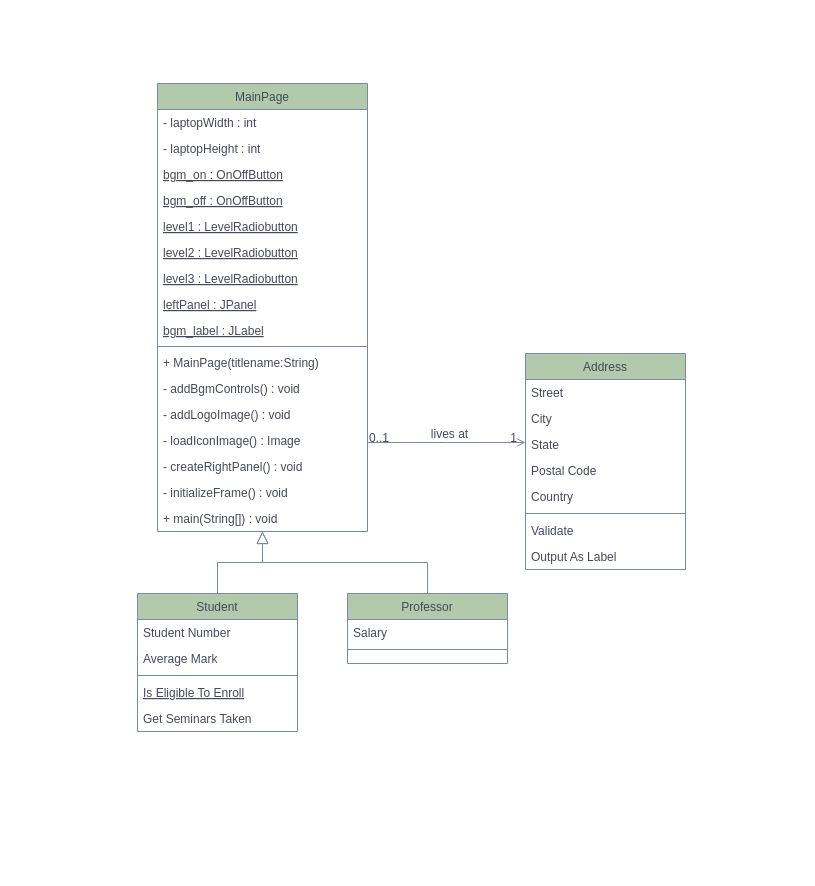
Before: 제목 없는 다이어그램.drawio in hojeong26/sw_system, a draw.io diagram. Source tidied: cells renumbered, new cells numbered last; positions are measured from the earlier drawing's top-left corner, leaving out a move shared by most shapes. Both pictures are drawn from the tidied source at 100%, with x=0, y=0 at pixel (137, 83).
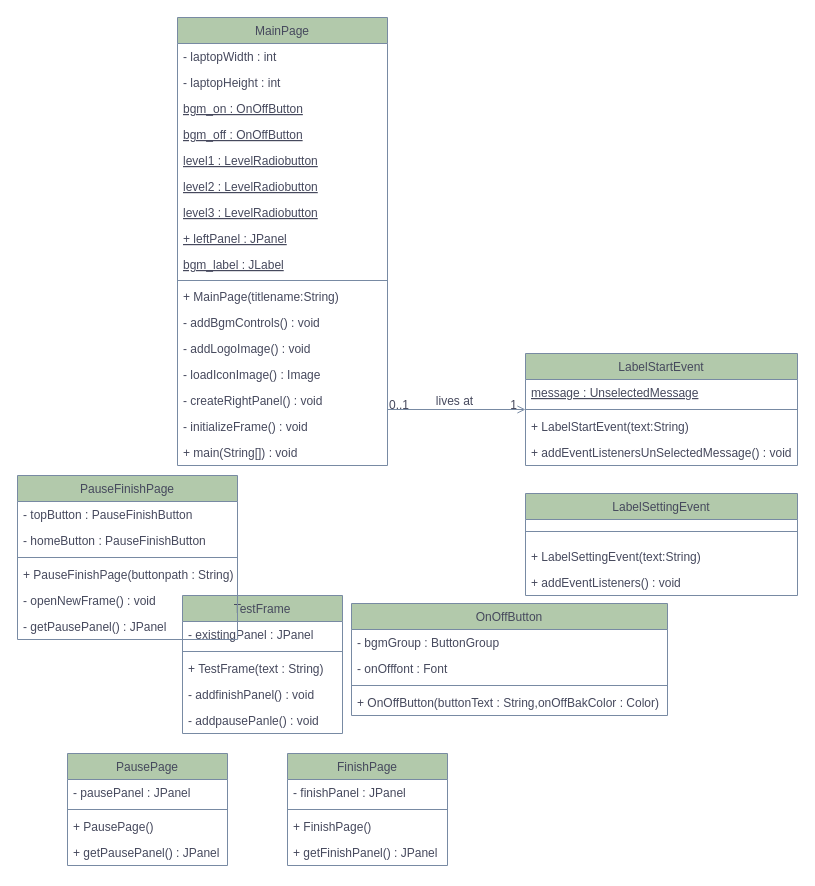
The same page after the edit.

The edit, as a diff of the source:
```diff
@@
     <mxCell id="2" value="MainPage" style="swimlane;fontStyle=0;align=center;verticalAlign=top;horizontal=1;startSize=26;rounded=0;shadow=0;strokeWidth=1;labelBackgroundColor=none;fillColor=#B2C9AB;strokeColor=#788AA3;fontColor=#46495D;" parent="1" vertex="1">
-      <mxGeometry x="20" width="210" height="448" as="geometry" />
+      <mxGeometry x="40" y="-66" width="210" height="448" as="geometry" />
     </mxCell>
@@
-    <mxCell id="10" value="leftPanel : JPanel" style="text;align=left;verticalAlign=top;spacingLeft=4;spacingRight=4;overflow=hidden;labelBackgroundColor=none;fontColor=#46495D;fontStyle=4;" parent="2" vertex="1">
+    <mxCell id="10" value="+ leftPanel : JPanel" style="text;align=left;verticalAlign=top;spacingLeft=4;spacingRight=4;overflow=hidden;labelBackgroundColor=none;fontColor=#46495D;fontStyle=4;" parent="2" vertex="1">
       <mxGeometry y="208" width="210" height="26" as="geometry" />
     </mxCell>
@@
-    <mxCell id="20" value="Student" style="swimlane;fontStyle=0;align=center;verticalAlign=top;horizontal=1;startSize=26;rounded=0;shadow=0;strokeWidth=1;labelBackgroundColor=none;fillColor=#B2C9AB;strokeColor=#788AA3;fontColor=#46495D;" parent="1" vertex="1">
-      <mxGeometry y="510" width="160" height="138" as="geometry" />
+    <mxCell id="20" value="TestFrame" style="swimlane;fontStyle=0;align=center;verticalAlign=top;horizontal=1;startSize=26;rounded=0;shadow=0;strokeWidth=1;labelBackgroundColor=none;fillColor=#B2C9AB;strokeColor=#788AA3;fontColor=#46495D;" parent="1" vertex="1">
+      <mxGeometry x="45" y="512" width="160" height="138" as="geometry" />
     </mxCell>
-    <mxCell id="21" value="Student Number" style="text;align=left;verticalAlign=top;spacingLeft=4;spacingRight=4;overflow=hidden;labelBackgroundColor=none;fontColor=#46495D;" parent="20" vertex="1">
+    <mxCell id="21" value="- existingPanel : JPanel" style="text;align=left;verticalAlign=top;spacingLeft=4;spacingRight=4;overflow=hidden;labelBackgroundColor=none;fontColor=#46495D;" parent="20" vertex="1">
       <mxGeometry y="26" width="160" height="26" as="geometry" />
     </mxCell>
+    <mxCell id="23" style="line;html=1;strokeWidth=1;align=left;verticalAlign=middle;spacingTop=-1;spacingLeft=3;spacingRight=3;labelPosition=right;labelBackgroundColor=none;fillColor=#B2C9AB;strokeColor=#788AA3;fontColor=#46495D;" parent="20" vertex="1">
+      <mxGeometry y="52" width="160" height="8" as="geometry" />
+    </mxCell>
-    <mxCell id="22" value="Average Mark" style="text;align=left;verticalAlign=top;spacingLeft=4;spacingRight=4;overflow=hidden;rounded=0;shadow=0;html=0;labelBackgroundColor=none;fontColor=#46495D;" parent="20" vertex="1">
-      <mxGeometry y="52" width="160" height="26" as="geometry" />
+    <mxCell id="22" value="+ TestFrame(text : String)" style="text;align=left;verticalAlign=top;spacingLeft=4;spacingRight=4;overflow=hidden;rounded=0;shadow=0;html=0;labelBackgroundColor=none;fontColor=#46495D;" parent="20" vertex="1">
+      <mxGeometry y="60" width="160" height="26" as="geometry" />
     </mxCell>
-    <mxCell id="23" style="line;html=1;strokeWidth=1;align=left;verticalAlign=middle;spacingTop=-1;spacingLeft=3;spacingRight=3;labelPosition=right;labelBackgroundColor=none;fillColor=#B2C9AB;strokeColor=#788AA3;fontColor=#46495D;" parent="20" vertex="1">
-      <mxGeometry y="78" width="160" height="8" as="geometry" />
-    </mxCell>
-    <mxCell id="24" value="Is Eligible To Enroll" style="text;align=left;verticalAlign=top;spacingLeft=4;spacingRight=4;overflow=hidden;fontStyle=4;labelBackgroundColor=none;fontColor=#46495D;" parent="20" vertex="1">
+    <mxCell id="24" value="- addfinishPanel() : void" style="text;align=left;verticalAlign=top;spacingLeft=4;spacingRight=4;overflow=hidden;fontStyle=0;labelBackgroundColor=none;fontColor=#46495D;" parent="20" vertex="1">
       <mxGeometry y="86" width="160" height="26" as="geometry" />
     </mxCell>
-    <mxCell id="25" value="Get Seminars Taken" style="text;align=left;verticalAlign=top;spacingLeft=4;spacingRight=4;overflow=hidden;labelBackgroundColor=none;fontColor=#46495D;" parent="20" vertex="1">
+    <mxCell id="25" value="- addpausePanle() : void" style="text;align=left;verticalAlign=top;spacingLeft=4;spacingRight=4;overflow=hidden;labelBackgroundColor=none;fontColor=#46495D;" parent="20" vertex="1">
       <mxGeometry y="112" width="160" height="26" as="geometry" />
     </mxCell>
-    <mxCell id="26" style="endArrow=block;endSize=10;endFill=0;shadow=0;strokeWidth=1;rounded=0;edgeStyle=elbowEdgeStyle;elbow=vertical;labelBackgroundColor=none;strokeColor=#788AA3;fontColor=default;" parent="1" edge="1" source="20" target="2">
-      <mxGeometry relative="1" as="geometry" />
-    </mxCell>
-    <mxCell id="27" value="Professor" style="swimlane;fontStyle=0;align=center;verticalAlign=top;horizontal=1;startSize=26;rounded=0;shadow=0;strokeWidth=1;labelBackgroundColor=none;fillColor=#B2C9AB;strokeColor=#788AA3;fontColor=#46495D;" parent="1" vertex="1">
-      <mxGeometry x="210" y="510" width="160" height="70" as="geometry" />
+    <mxCell id="27" value="OnOffButton" style="swimlane;fontStyle=0;align=center;verticalAlign=top;horizontal=1;startSize=26;rounded=0;shadow=0;strokeWidth=1;labelBackgroundColor=none;fillColor=#B2C9AB;strokeColor=#788AA3;fontColor=#46495D;" parent="1" vertex="1">
+      <mxGeometry x="214" y="520" width="316" height="112" as="geometry" />
     </mxCell>
-    <mxCell id="28" value="Salary" style="text;align=left;verticalAlign=top;spacingLeft=4;spacingRight=4;overflow=hidden;labelBackgroundColor=none;fontColor=#46495D;" parent="27" vertex="1">
-      <mxGeometry y="26" width="160" height="26" as="geometry" />
+    <mxCell id="28" value="- bgmGroup : ButtonGroup" style="text;align=left;verticalAlign=top;spacingLeft=4;spacingRight=4;overflow=hidden;labelBackgroundColor=none;fontColor=#46495D;" parent="27" vertex="1">
+      <mxGeometry y="26" width="316" height="26" as="geometry" />
     </mxCell>
+    <mxCell id="44" value="- onOfffont : Font" style="text;align=left;verticalAlign=top;spacingLeft=4;spacingRight=4;overflow=hidden;labelBackgroundColor=none;fontColor=#46495D;" parent="27" vertex="1">
+      <mxGeometry y="52" width="316" height="26" as="geometry" />
+    </mxCell>
     <mxCell id="29" style="line;html=1;strokeWidth=1;align=left;verticalAlign=middle;spacingTop=-1;spacingLeft=3;spacingRight=3;labelPosition=right;labelBackgroundColor=none;fillColor=#B2C9AB;strokeColor=#788AA3;fontColor=#46495D;" parent="27" vertex="1">
-      <mxGeometry y="52" width="160" height="8" as="geometry" />
+      <mxGeometry y="78" width="316" height="8" as="geometry" />
     </mxCell>
-    <mxCell id="30" style="endArrow=block;endSize=10;endFill=0;shadow=0;strokeWidth=1;rounded=0;edgeStyle=elbowEdgeStyle;elbow=vertical;labelBackgroundColor=none;strokeColor=#788AA3;fontColor=default;" parent="1" edge="1" source="27" target="2">
-      <mxGeometry relative="1" as="geometry" />
-    </mxCell>
+    <mxCell id="45" value="+ OnOffButton(buttonText : String,onOffBakColor : Color)" style="text;align=left;verticalAlign=top;spacingLeft=4;spacingRight=4;overflow=hidden;labelBackgroundColor=none;fontColor=#46495D;" parent="27" vertex="1">
+      <mxGeometry y="86" width="316" height="26" as="geometry" />
+    </mxCell>
-    <mxCell id="31" value="Address" style="swimlane;fontStyle=0;align=center;verticalAlign=top;horizontal=1;startSize=26;rounded=0;shadow=0;strokeWidth=1;labelBackgroundColor=none;fillColor=#B2C9AB;strokeColor=#788AA3;fontColor=#46495D;" parent="1" vertex="1">
-      <mxGeometry x="388" y="270" width="160" height="216" as="geometry" />
+    <mxCell id="31" value="LabelStartEvent" style="swimlane;fontStyle=0;align=center;verticalAlign=top;horizontal=1;startSize=26;rounded=0;shadow=0;strokeWidth=1;labelBackgroundColor=none;fillColor=#B2C9AB;strokeColor=#788AA3;fontColor=#46495D;" parent="1" vertex="1">
+      <mxGeometry x="388" y="270" width="272" height="112" as="geometry" />
     </mxCell>
-    <mxCell id="32" value="Street" style="text;align=left;verticalAlign=top;spacingLeft=4;spacingRight=4;overflow=hidden;labelBackgroundColor=none;fontColor=#46495D;" parent="31" vertex="1">
-      <mxGeometry y="26" width="160" height="26" as="geometry" />
+    <mxCell id="32" value="message : UnselectedMessage" style="text;align=left;verticalAlign=top;spacingLeft=4;spacingRight=4;overflow=hidden;labelBackgroundColor=none;fontColor=#46495D;fontStyle=4;" parent="31" vertex="1">
+      <mxGeometry y="26" width="272" height="26" as="geometry" />
     </mxCell>
-    <mxCell id="33" value="City" style="text;align=left;verticalAlign=top;spacingLeft=4;spacingRight=4;overflow=hidden;rounded=0;shadow=0;html=0;labelBackgroundColor=none;fontColor=#46495D;" parent="31" vertex="1">
-      <mxGeometry y="52" width="160" height="26" as="geometry" />
-    </mxCell>
-    <mxCell id="34" value="State" style="text;align=left;verticalAlign=top;spacingLeft=4;spacingRight=4;overflow=hidden;rounded=0;shadow=0;html=0;labelBackgroundColor=none;fontColor=#46495D;" parent="31" vertex="1">
-      <mxGeometry y="78" width="160" height="26" as="geometry" />
-    </mxCell>
-    <mxCell id="35" value="Postal Code" style="text;align=left;verticalAlign=top;spacingLeft=4;spacingRight=4;overflow=hidden;rounded=0;shadow=0;html=0;labelBackgroundColor=none;fontColor=#46495D;" parent="31" vertex="1">
-      <mxGeometry y="104" width="160" height="26" as="geometry" />
-    </mxCell>
-    <mxCell id="36" value="Country" style="text;align=left;verticalAlign=top;spacingLeft=4;spacingRight=4;overflow=hidden;rounded=0;shadow=0;html=0;labelBackgroundColor=none;fontColor=#46495D;" parent="31" vertex="1">
-      <mxGeometry y="130" width="160" height="26" as="geometry" />
-    </mxCell>
     <mxCell id="37" style="line;html=1;strokeWidth=1;align=left;verticalAlign=middle;spacingTop=-1;spacingLeft=3;spacingRight=3;labelPosition=right;labelBackgroundColor=none;fillColor=#B2C9AB;strokeColor=#788AA3;fontColor=#46495D;" parent="31" vertex="1">
-      <mxGeometry y="156" width="160" height="8" as="geometry" />
+      <mxGeometry y="52" width="272" height="8" as="geometry" />
     </mxCell>
-    <mxCell id="38" value="Validate" style="text;align=left;verticalAlign=top;spacingLeft=4;spacingRight=4;overflow=hidden;labelBackgroundColor=none;fontColor=#46495D;" parent="31" vertex="1">
-      <mxGeometry y="164" width="160" height="26" as="geometry" />
+    <mxCell id="38" value="+ LabelStartEvent(text:String)" style="text;align=left;verticalAlign=top;spacingLeft=4;spacingRight=4;overflow=hidden;labelBackgroundColor=none;fontColor=#46495D;" parent="31" vertex="1">
+      <mxGeometry y="60" width="272" height="26" as="geometry" />
     </mxCell>
-    <mxCell id="39" value="Output As Label" style="text;align=left;verticalAlign=top;spacingLeft=4;spacingRight=4;overflow=hidden;labelBackgroundColor=none;fontColor=#46495D;" parent="31" vertex="1">
-      <mxGeometry y="190" width="160" height="26" as="geometry" />
+    <mxCell id="39" value="+ addEventListenersUnSelectedMessage() : void" style="text;align=left;verticalAlign=top;spacingLeft=4;spacingRight=4;overflow=hidden;labelBackgroundColor=none;fontColor=#46495D;" parent="31" vertex="1">
+      <mxGeometry y="86" width="272" height="26" as="geometry" />
     </mxCell>
@@
+    <mxCell id="46" value="LabelSettingEvent" style="swimlane;fontStyle=0;align=center;verticalAlign=top;horizontal=1;startSize=26;rounded=0;shadow=0;strokeWidth=1;labelBackgroundColor=none;fillColor=#B2C9AB;strokeColor=#788AA3;fontColor=#46495D;" parent="1" vertex="1">
+      <mxGeometry x="388" y="410" width="272" height="102" as="geometry" />
+    </mxCell>
+    <mxCell id="47" style="line;html=1;strokeWidth=1;align=left;verticalAlign=middle;spacingTop=-1;spacingLeft=3;spacingRight=3;labelPosition=right;labelBackgroundColor=none;fillColor=#B2C9AB;strokeColor=#788AA3;fontColor=#46495D;" parent="46" vertex="1">
+      <mxGeometry y="26" width="272" height="24" as="geometry" />
+    </mxCell>
+    <mxCell id="48" value="+ LabelSettingEvent(text:String)" style="text;align=left;verticalAlign=top;spacingLeft=4;spacingRight=4;overflow=hidden;labelBackgroundColor=none;fontColor=#46495D;" parent="46" vertex="1">
+      <mxGeometry y="50" width="272" height="26" as="geometry" />
+    </mxCell>
+    <mxCell id="49" value="+ addEventListeners() : void" style="text;align=left;verticalAlign=top;spacingLeft=4;spacingRight=4;overflow=hidden;labelBackgroundColor=none;fontColor=#46495D;" parent="46" vertex="1">
+      <mxGeometry y="76" width="272" height="26" as="geometry" />
+    </mxCell>
+    <mxCell id="50" value="FinishPage" style="swimlane;fontStyle=0;align=center;verticalAlign=top;horizontal=1;startSize=26;rounded=0;shadow=0;strokeWidth=1;labelBackgroundColor=none;fillColor=#B2C9AB;strokeColor=#788AA3;fontColor=#46495D;" parent="1" vertex="1">
+      <mxGeometry x="150" y="670" width="160" height="112" as="geometry" />
+    </mxCell>
+    <mxCell id="51" value="- finishPanel : JPanel" style="text;align=left;verticalAlign=top;spacingLeft=4;spacingRight=4;overflow=hidden;labelBackgroundColor=none;fontColor=#46495D;" parent="50" vertex="1">
+      <mxGeometry y="26" width="160" height="26" as="geometry" />
+    </mxCell>
+    <mxCell id="52" style="line;html=1;strokeWidth=1;align=left;verticalAlign=middle;spacingTop=-1;spacingLeft=3;spacingRight=3;labelPosition=right;labelBackgroundColor=none;fillColor=#B2C9AB;strokeColor=#788AA3;fontColor=#46495D;" parent="50" vertex="1">
+      <mxGeometry y="52" width="160" height="8" as="geometry" />
+    </mxCell>
+    <mxCell id="53" value="+ FinishPage()" style="text;align=left;verticalAlign=top;spacingLeft=4;spacingRight=4;overflow=hidden;rounded=0;shadow=0;html=0;labelBackgroundColor=none;fontColor=#46495D;" parent="50" vertex="1">
+      <mxGeometry y="60" width="160" height="26" as="geometry" />
+    </mxCell>
+    <mxCell id="54" value="+ getFinishPanel() : JPanel" style="text;align=left;verticalAlign=top;spacingLeft=4;spacingRight=4;overflow=hidden;fontStyle=0;labelBackgroundColor=none;fontColor=#46495D;" parent="50" vertex="1">
+      <mxGeometry y="86" width="160" height="26" as="geometry" />
+    </mxCell>
+    <mxCell id="55" value="PausePage" style="swimlane;fontStyle=0;align=center;verticalAlign=top;horizontal=1;startSize=26;rounded=0;shadow=0;strokeWidth=1;labelBackgroundColor=none;fillColor=#B2C9AB;strokeColor=#788AA3;fontColor=#46495D;" parent="1" vertex="1">
+      <mxGeometry x="-70" y="670" width="160" height="112" as="geometry" />
+    </mxCell>
+    <mxCell id="56" value="- pausePanel : JPanel" style="text;align=left;verticalAlign=top;spacingLeft=4;spacingRight=4;overflow=hidden;labelBackgroundColor=none;fontColor=#46495D;" parent="55" vertex="1">
+      <mxGeometry y="26" width="160" height="26" as="geometry" />
+    </mxCell>
+    <mxCell id="57" style="line;html=1;strokeWidth=1;align=left;verticalAlign=middle;spacingTop=-1;spacingLeft=3;spacingRight=3;labelPosition=right;labelBackgroundColor=none;fillColor=#B2C9AB;strokeColor=#788AA3;fontColor=#46495D;" parent="55" vertex="1">
+      <mxGeometry y="52" width="160" height="8" as="geometry" />
+    </mxCell>
+    <mxCell id="58" value="+ PausePage()" style="text;align=left;verticalAlign=top;spacingLeft=4;spacingRight=4;overflow=hidden;rounded=0;shadow=0;html=0;labelBackgroundColor=none;fontColor=#46495D;" parent="55" vertex="1">
+      <mxGeometry y="60" width="160" height="26" as="geometry" />
+    </mxCell>
+    <mxCell id="59" value="+ getPausePanel() : JPanel" style="text;align=left;verticalAlign=top;spacingLeft=4;spacingRight=4;overflow=hidden;fontStyle=0;labelBackgroundColor=none;fontColor=#46495D;" parent="55" vertex="1">
+      <mxGeometry y="86" width="160" height="26" as="geometry" />
+    </mxCell>
+    <mxCell id="60" value="PauseFinishPage" style="swimlane;fontStyle=0;align=center;verticalAlign=top;horizontal=1;startSize=26;rounded=0;shadow=0;strokeWidth=1;labelBackgroundColor=none;fillColor=#B2C9AB;strokeColor=#788AA3;fontColor=#46495D;" parent="1" vertex="1">
+      <mxGeometry x="-120" y="392" width="220" height="164" as="geometry" />
+    </mxCell>
+    <mxCell id="61" value="- topButton : PauseFinishButton" style="text;align=left;verticalAlign=top;spacingLeft=4;spacingRight=4;overflow=hidden;labelBackgroundColor=none;fontColor=#46495D;" parent="60" vertex="1">
+      <mxGeometry y="26" width="220" height="26" as="geometry" />
+    </mxCell>
+    <mxCell id="62" value="- homeButton : PauseFinishButton" style="text;align=left;verticalAlign=top;spacingLeft=4;spacingRight=4;overflow=hidden;labelBackgroundColor=none;fontColor=#46495D;" parent="60" vertex="1">
+      <mxGeometry y="52" width="220" height="26" as="geometry" />
+    </mxCell>
+    <mxCell id="63" style="line;html=1;strokeWidth=1;align=left;verticalAlign=middle;spacingTop=-1;spacingLeft=3;spacingRight=3;labelPosition=right;labelBackgroundColor=none;fillColor=#B2C9AB;strokeColor=#788AA3;fontColor=#46495D;" parent="60" vertex="1">
+      <mxGeometry y="78" width="220" height="8" as="geometry" />
+    </mxCell>
+    <mxCell id="64" value="+ PauseFinishPage(buttonpath : String)" style="text;align=left;verticalAlign=top;spacingLeft=4;spacingRight=4;overflow=hidden;rounded=0;shadow=0;html=0;labelBackgroundColor=none;fontColor=#46495D;" parent="60" vertex="1">
+      <mxGeometry y="86" width="220" height="26" as="geometry" />
+    </mxCell>
+    <mxCell id="65" value="- openNewFrame() : void" style="text;align=left;verticalAlign=top;spacingLeft=4;spacingRight=4;overflow=hidden;fontStyle=0;labelBackgroundColor=none;fontColor=#46495D;" parent="60" vertex="1">
+      <mxGeometry y="112" width="220" height="26" as="geometry" />
+    </mxCell>
+    <mxCell id="66" value="- getPausePanel() : JPanel" style="text;align=left;verticalAlign=top;spacingLeft=4;spacingRight=4;overflow=hidden;labelBackgroundColor=none;fontColor=#46495D;" parent="60" vertex="1">
+      <mxGeometry y="138" width="220" height="26" as="geometry" />
+    </mxCell>
```
